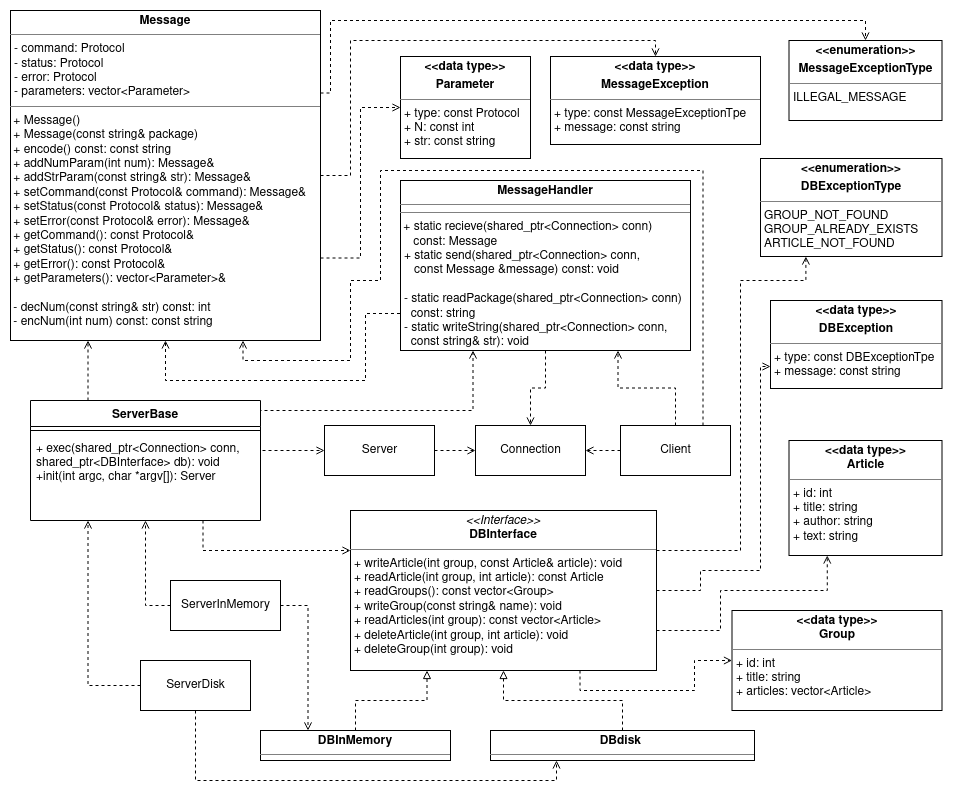
Above: mu1664al-s/UMLCPP.png in mu1664al-s/EDAF50_CPPProject (draw.io), before the change. Source tidied: cells renumbered, new cells last; positions are measured from the earlier drawing's top-left corner, leaving out a move shared by most shapes.
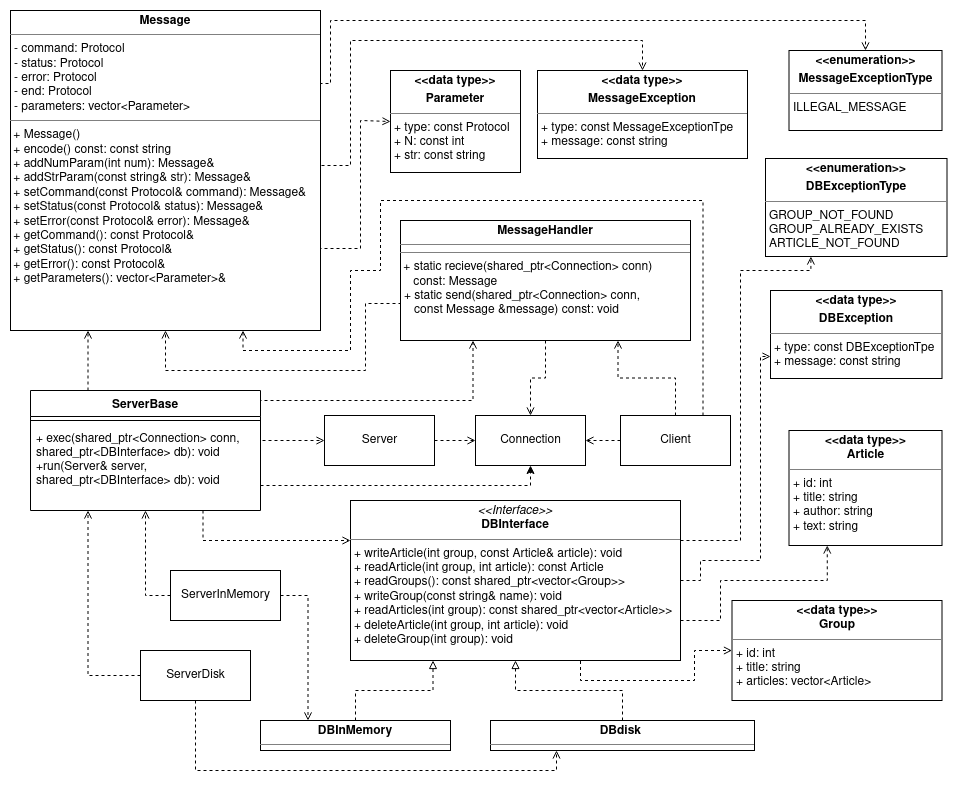
Later version of the same file.

Commit message:
updated the UML. removed private help methods

What changed in the source:
```diff
@@ -14,8 +14,8 @@
         </Array>
       </mxGeometry>
     </mxCell>
-    <mxCell id="4" value="&lt;p style=&quot;margin: 0px ; margin-top: 4px ; text-align: center&quot;&gt;&lt;b&gt;MessageHandler&lt;/b&gt;&lt;/p&gt;&lt;hr size=&quot;1&quot;&gt;&lt;hr size=&quot;1&quot;&gt;&lt;div&gt;&amp;nbsp;+ static recieve(shared_ptr&amp;lt;Connection&amp;gt; conn) &lt;br&gt;&lt;/div&gt;&lt;div&gt;&amp;nbsp;&amp;nbsp;&amp;nbsp; const: Message&lt;/div&gt;&lt;p style=&quot;margin: 0px 0px 0px 4px&quot;&gt;+ static send(shared_ptr&amp;lt;Connection&amp;gt; conn, &lt;br&gt;&lt;/p&gt;&lt;p style=&quot;margin: 0px 0px 0px 4px&quot;&gt;&amp;nbsp;&amp;nbsp; const Message &amp;amp;message) const: void &lt;/p&gt;&lt;p style=&quot;margin: 0px 0px 0px 4px&quot;&gt;&lt;br&gt;&lt;/p&gt;&lt;p style=&quot;margin: 0px 0px 0px 4px&quot;&gt;- static readPackage(shared_ptr&amp;lt;Connection&amp;gt; conn)&lt;/p&gt;&lt;p style=&quot;margin: 0px 0px 0px 4px&quot;&gt;&amp;nbsp; const: string&lt;/p&gt;&lt;p style=&quot;margin: 0px 0px 0px 4px&quot;&gt;- static writeString(shared_ptr&amp;lt;Connection&amp;gt; conn, &lt;br&gt;&lt;/p&gt;&lt;p style=&quot;margin: 0px 0px 0px 4px&quot;&gt;&amp;nbsp; const string&amp;amp; str): void&lt;br&gt;&lt;/p&gt;" style="verticalAlign=top;align=left;overflow=fill;fontSize=12;fontFamily=Helvetica;html=1;" parent="1" vertex="1">
-      <mxGeometry x="390" y="170" width="290" height="170" as="geometry" />
+    <mxCell id="4" value="&lt;p style=&quot;margin: 0px ; margin-top: 4px ; text-align: center&quot;&gt;&lt;b&gt;MessageHandler&lt;/b&gt;&lt;/p&gt;&lt;hr size=&quot;1&quot;&gt;&lt;hr size=&quot;1&quot;&gt;&lt;div&gt;&amp;nbsp;+ static recieve(shared_ptr&amp;lt;Connection&amp;gt; conn) &lt;br&gt;&lt;/div&gt;&lt;div&gt;&amp;nbsp;&amp;nbsp;&amp;nbsp; const: Message&lt;/div&gt;&lt;p style=&quot;margin: 0px 0px 0px 4px&quot;&gt;+ static send(shared_ptr&amp;lt;Connection&amp;gt; conn, &lt;br&gt;&lt;/p&gt;&lt;p style=&quot;margin: 0px 0px 0px 4px&quot;&gt;&amp;nbsp;&amp;nbsp; const Message &amp;amp;message) const: void &lt;/p&gt;" style="verticalAlign=top;align=left;overflow=fill;fontSize=12;fontFamily=Helvetica;html=1;" parent="1" vertex="1">
+      <mxGeometry x="390" y="220" width="290" height="120" as="geometry" />
     </mxCell>
     <mxCell id="5" style="edgeStyle=orthogonalEdgeStyle;rounded=0;jettySize=auto;html=1;exitX=0.75;exitY=1;exitDx=0;exitDy=0;entryX=0;entryY=0.5;entryDx=0;entryDy=0;dashed=1;startArrow=none;startFill=0;endArrow=open;endFill=0;" parent="1" edge="1" source="9" target="42">
       <mxGeometry relative="1" as="geometry">
@@ -50,12 +50,12 @@
         <Array as="points">
           <mxPoint x="730" y="540" />
           <mxPoint x="730" y="270" />
-          <mxPoint x="795" y="270" />
+          <mxPoint x="800" y="270" />
         </Array>
       </mxGeometry>
     </mxCell>
-    <mxCell id="9" value="&lt;p style=&quot;margin: 0px ; margin-top: 4px ; text-align: center&quot;&gt;&lt;i&gt;&amp;lt;&amp;lt;Interface&amp;gt;&amp;gt;&lt;/i&gt;&lt;br&gt;&lt;b&gt;&lt;b&gt;DBInterface &lt;/b&gt;&lt;/b&gt;&lt;/p&gt;&lt;hr size=&quot;1&quot;&gt;&lt;p style=&quot;margin: 0px ; margin-left: 4px&quot;&gt;&lt;/p&gt;&lt;p style=&quot;margin: 0px ; margin-left: 4px&quot;&gt;+ writeArticle(int group, const Article&amp;amp; article): void&amp;nbsp;&lt;/p&gt;&lt;p style=&quot;margin: 0px ; margin-left: 4px&quot;&gt;+ readArticle(int group, int article): const Article&amp;nbsp;&lt;/p&gt;&lt;p style=&quot;margin: 0px ; margin-left: 4px&quot;&gt;+&amp;nbsp;readGroups(): const vector&amp;lt;Group&amp;gt; &lt;br&gt;&lt;/p&gt;&lt;p style=&quot;margin: 0px ; margin-left: 4px&quot;&gt;+ writeGroup(const string&amp;amp; name): void&amp;nbsp;&lt;/p&gt;&lt;p style=&quot;margin: 0px ; margin-left: 4px&quot;&gt;+ readArticles(int group): const vector&amp;lt;Article&amp;gt; &lt;br&gt;&lt;/p&gt;&lt;p style=&quot;margin: 0px ; margin-left: 4px&quot;&gt;+&amp;nbsp;deleteArticle(int group, int article): void&amp;nbsp;&lt;/p&gt;&lt;p style=&quot;margin: 0px ; margin-left: 4px&quot;&gt;+ deleteGroup(int group): void&amp;nbsp;&lt;/p&gt;" style="verticalAlign=top;align=left;overflow=fill;fontSize=12;fontFamily=Helvetica;html=1;" parent="1" vertex="1">
-      <mxGeometry x="340" y="500" width="306" height="160" as="geometry" />
+    <mxCell id="9" value="&lt;p style=&quot;margin: 0px ; margin-top: 4px ; text-align: center&quot;&gt;&lt;i&gt;&amp;lt;&amp;lt;Interface&amp;gt;&amp;gt;&lt;/i&gt;&lt;br&gt;&lt;b&gt;&lt;b&gt;DBInterface &lt;/b&gt;&lt;/b&gt;&lt;/p&gt;&lt;hr size=&quot;1&quot;&gt;&lt;p style=&quot;margin: 0px ; margin-left: 4px&quot;&gt;&lt;/p&gt;&lt;p style=&quot;margin: 0px ; margin-left: 4px&quot;&gt;+ writeArticle(int group, const Article&amp;amp; article): void&amp;nbsp;&lt;/p&gt;&lt;p style=&quot;margin: 0px ; margin-left: 4px&quot;&gt;+ readArticle(int group, int article): const Article&amp;nbsp;&lt;/p&gt;&lt;p style=&quot;margin: 0px ; margin-left: 4px&quot;&gt;+&amp;nbsp;readGroups(): const shared_ptr&amp;lt;vector&amp;lt;Group&amp;gt;&amp;gt;&lt;br&gt;&lt;/p&gt;&lt;p style=&quot;margin: 0px ; margin-left: 4px&quot;&gt;+ writeGroup(const string&amp;amp; name): void&amp;nbsp;&lt;/p&gt;&lt;p style=&quot;margin: 0px ; margin-left: 4px&quot;&gt;+ readArticles(int group): const shared_ptr&amp;lt;vector&amp;lt;Article&amp;gt;&amp;gt; &lt;br&gt;&lt;/p&gt;&lt;p style=&quot;margin: 0px ; margin-left: 4px&quot;&gt;+&amp;nbsp;deleteArticle(int group, int article): void&amp;nbsp;&lt;/p&gt;&lt;p style=&quot;margin: 0px ; margin-left: 4px&quot;&gt;+ deleteGroup(int group): void&amp;nbsp;&lt;/p&gt;" style="verticalAlign=top;align=left;overflow=fill;fontSize=12;fontFamily=Helvetica;html=1;" parent="1" vertex="1">
+      <mxGeometry x="340" y="500" width="330" height="160" as="geometry" />
     </mxCell>
     <mxCell id="10" style="edgeStyle=orthogonalEdgeStyle;rounded=0;jettySize=auto;html=1;exitX=0.5;exitY=0;exitDx=0;exitDy=0;entryX=0.5;entryY=1;entryDx=0;entryDy=0;endArrow=block;endFill=0;dashed=1;" parent="1" edge="1" source="11" target="9">
       <mxGeometry relative="1" as="geometry" />
@@ -78,8 +78,8 @@
     <mxCell id="16" style="edgeStyle=orthogonalEdgeStyle;rounded=0;jettySize=auto;html=1;exitX=0.75;exitY=0;exitDx=0;exitDy=0;entryX=0.75;entryY=1;entryDx=0;entryDy=0;dashed=1;startArrow=none;startFill=0;endArrow=open;endFill=0;" parent="1" edge="1" source="17" target="37">
       <mxGeometry relative="1" as="geometry">
         <Array as="points">
-          <mxPoint x="693" y="160" />
-          <mxPoint x="370" y="160" />
+          <mxPoint x="693" y="200" />
+          <mxPoint x="370" y="200" />
           <mxPoint x="370" y="270" />
           <mxPoint x="340" y="270" />
           <mxPoint x="340" y="350" />
@@ -148,43 +148,46 @@
     <mxCell id="32" style="line;strokeWidth=1;fillColor=none;align=left;verticalAlign=middle;spacingTop=-1;spacingLeft=3;spacingRight=3;labelPosition=right;" parent="31" vertex="1">
       <mxGeometry y="26" width="230" height="8" as="geometry" />
     </mxCell>
-    <mxCell id="33" value="+ exec(shared_ptr&lt;Connection&gt; conn,&#10;shared_ptr&lt;DBInterface&gt; db): void&#10;+init(int argc, char *argv[]): Server&#10;&#10;" style="text;strokeColor=none;fillColor=none;align=left;verticalAlign=top;spacingLeft=4;spacingRight=4;overflow=hidden;points=[[0,0.5],[1,0.5]];portConstraint=eastwest;" parent="31" vertex="1">
+    <mxCell id="33" value="+ exec(shared_ptr&lt;Connection&gt; conn,&#10;shared_ptr&lt;DBInterface&gt; db): void&#10;+run(Server&amp; server, &#10;shared_ptr&lt;DBInterface&gt; db): void&#10;&#10;" style="text;strokeColor=none;fillColor=none;align=left;verticalAlign=top;spacingLeft=4;spacingRight=4;overflow=hidden;points=[[0,0.5],[1,0.5]];portConstraint=eastwest;" parent="31" vertex="1">
       <mxGeometry y="34" width="230" height="86" as="geometry" />
     </mxCell>
     <mxCell id="34" style="edgeStyle=orthogonalEdgeStyle;rounded=0;jettySize=auto;html=1;exitX=1;exitY=0.75;exitDx=0;exitDy=0;entryX=0;entryY=0.5;entryDx=0;entryDy=0;dashed=1;startArrow=none;startFill=0;endArrow=open;endFill=0;" parent="1" edge="1" source="37" target="38">
       <mxGeometry relative="1" as="geometry">
         <Array as="points">
+          <mxPoint x="310" y="248" />
           <mxPoint x="350" y="248" />
-          <mxPoint x="350" y="97" />
+          <mxPoint x="350" y="120" />
         </Array>
       </mxGeometry>
     </mxCell>
     <mxCell id="35" style="edgeStyle=orthogonalEdgeStyle;rounded=0;jettySize=auto;html=1;exitX=1;exitY=0.5;exitDx=0;exitDy=0;entryX=0.5;entryY=0;entryDx=0;entryDy=0;dashed=1;startArrow=none;startFill=0;endArrow=open;endFill=0;" parent="1" edge="1" source="37" target="39">
       <mxGeometry relative="1" as="geometry">
         <Array as="points">
+          <mxPoint x="310" y="165" />
           <mxPoint x="340" y="165" />
-          <mxPoint x="340" y="30" />
-          <mxPoint x="645" y="30" />
+          <mxPoint x="340" y="40" />
+          <mxPoint x="632" y="40" />
         </Array>
       </mxGeometry>
     </mxCell>
     <mxCell id="36" style="edgeStyle=orthogonalEdgeStyle;rounded=0;jettySize=auto;html=1;exitX=1;exitY=0.25;exitDx=0;exitDy=0;entryX=0.5;entryY=0;entryDx=0;entryDy=0;dashed=1;startArrow=none;startFill=0;endArrow=open;endFill=0;" parent="1" edge="1" source="37" target="43">
       <mxGeometry relative="1" as="geometry">
         <Array as="points">
+          <mxPoint x="310" y="83" />
           <mxPoint x="320" y="83" />
-          <mxPoint x="320" y="10" />
-          <mxPoint x="855" y="10" />
+          <mxPoint x="320" y="20" />
+          <mxPoint x="855" y="20" />
         </Array>
       </mxGeometry>
     </mxCell>
-    <mxCell id="37" value="&lt;p style=&quot;margin: 0px ; margin-top: 4px ; text-align: center&quot;&gt;&lt;b&gt;Message&lt;/b&gt;&lt;/p&gt;&lt;hr size=&quot;1&quot;&gt;&lt;p style=&quot;margin: 0px ; margin-left: 4px&quot;&gt;- command: Protocol&lt;/p&gt;&lt;p style=&quot;margin: 0px ; margin-left: 4px&quot;&gt;- status: Protocol&lt;/p&gt;&lt;p style=&quot;margin: 0px ; margin-left: 4px&quot;&gt;- error: Protocol&lt;/p&gt;&lt;p style=&quot;margin: 0px ; margin-left: 4px&quot;&gt;- parameters: vector&amp;lt;Parameter&amp;gt;&lt;br&gt;&lt;/p&gt;&lt;hr size=&quot;1&quot;&gt;&lt;div&gt;&amp;nbsp;+ Message()&lt;/div&gt;&lt;div&gt;&amp;nbsp;+ Message(const string&amp;amp; package)&lt;/div&gt;&lt;div&gt;&amp;nbsp;+ encode() const: const string&lt;/div&gt;&lt;div&gt;&amp;nbsp;+ addNumParam(int num): Message&amp;amp;&lt;/div&gt;&lt;div&gt;&amp;nbsp;+ addStrParam(const string&amp;amp; str): Message&amp;amp;&lt;/div&gt;&lt;div&gt;&amp;nbsp;+ setCommand(const Protocol&amp;amp; command): Message&amp;amp;&lt;/div&gt;&lt;div&gt;&amp;nbsp;+ setStatus(const Protocol&amp;amp; status): Message&amp;amp;&lt;/div&gt;&lt;div&gt;&amp;nbsp;+ setError(const Protocol&amp;amp; error): Message&amp;amp;&lt;/div&gt;&lt;div&gt;&amp;nbsp;+ getCommand(): const Protocol&amp;amp;&lt;/div&gt;&lt;div&gt;&amp;nbsp;+ getStatus(): const Protocol&amp;amp;&lt;/div&gt;&lt;div&gt;&amp;nbsp;+ getError(): const Protocol&amp;amp;&lt;/div&gt;&lt;div&gt;&amp;nbsp;+ getParameters(): vector&amp;lt;Parameter&amp;gt;&amp;amp;&lt;/div&gt;&lt;div&gt;&lt;br&gt;&lt;/div&gt;&lt;div&gt;&amp;nbsp;- decNum(const string&amp;amp; str) const: int&lt;/div&gt;&lt;div&gt;&amp;nbsp;- encNum(int num) const: const string&lt;br&gt;&lt;/div&gt;" style="verticalAlign=top;align=left;overflow=fill;fontSize=12;fontFamily=Helvetica;html=1;" parent="1" vertex="1">
-      <mxGeometry width="310" height="330" as="geometry" />
+    <mxCell id="37" value="&lt;p style=&quot;margin: 0px ; margin-top: 4px ; text-align: center&quot;&gt;&lt;b&gt;Message&lt;/b&gt;&lt;/p&gt;&lt;hr size=&quot;1&quot;&gt;&lt;p style=&quot;margin: 0px ; margin-left: 4px&quot;&gt;- command: Protocol&lt;/p&gt;&lt;p style=&quot;margin: 0px ; margin-left: 4px&quot;&gt;- status: Protocol&lt;/p&gt;&lt;p style=&quot;margin: 0px ; margin-left: 4px&quot;&gt;- error: Protocol&lt;/p&gt;&lt;p style=&quot;margin: 0px ; margin-left: 4px&quot;&gt;- end: Protocol&lt;/p&gt;&lt;p style=&quot;margin: 0px ; margin-left: 4px&quot;&gt;- parameters: vector&amp;lt;Parameter&amp;gt;&lt;br&gt;&lt;/p&gt;&lt;hr size=&quot;1&quot;&gt;&lt;div&gt;&amp;nbsp;+ Message()&lt;/div&gt;&lt;div&gt;&amp;nbsp;+ encode() const: const string&lt;/div&gt;&lt;div&gt;&amp;nbsp;+ addNumParam(int num): Message&amp;amp;&lt;/div&gt;&lt;div&gt;&amp;nbsp;+ addStrParam(const string&amp;amp; str): Message&amp;amp;&lt;/div&gt;&lt;div&gt;&amp;nbsp;+ setCommand(const Protocol&amp;amp; command): Message&amp;amp;&lt;/div&gt;&lt;div&gt;&amp;nbsp;+ setStatus(const Protocol&amp;amp; status): Message&amp;amp;&lt;/div&gt;&lt;div&gt;&amp;nbsp;+ setError(const Protocol&amp;amp; error): Message&amp;amp;&lt;/div&gt;&lt;div&gt;&amp;nbsp;+ getCommand(): const Protocol&amp;amp;&lt;/div&gt;&lt;div&gt;&amp;nbsp;+ getStatus(): const Protocol&amp;amp;&lt;/div&gt;&lt;div&gt;&amp;nbsp;+ getError(): const Protocol&amp;amp;&lt;/div&gt;&lt;div&gt;&amp;nbsp;+ getParameters(): vector&amp;lt;Parameter&amp;gt;&amp;amp;&lt;/div&gt;" style="verticalAlign=top;align=left;overflow=fill;fontSize=12;fontFamily=Helvetica;html=1;" parent="1" vertex="1">
+      <mxGeometry y="10" width="310" height="320" as="geometry" />
     </mxCell>
     <mxCell id="38" value="&lt;p style=&quot;margin: 0px ; margin-top: 4px ; text-align: center&quot;&gt;&lt;b&gt;&amp;lt;&amp;lt;data type&amp;gt;&amp;gt;&lt;br&gt;&lt;/b&gt;&lt;/p&gt;&lt;p style=&quot;margin: 0px ; margin-top: 4px ; text-align: center&quot;&gt;&lt;b&gt;Parameter&lt;/b&gt;&lt;/p&gt;&lt;hr size=&quot;1&quot;&gt;&lt;p style=&quot;margin: 0px ; margin-left: 4px&quot;&gt;+ type: const Protocol&lt;/p&gt;&lt;p style=&quot;margin: 0px ; margin-left: 4px&quot;&gt;+ N: const int&lt;/p&gt;&lt;p style=&quot;margin: 0px ; margin-left: 4px&quot;&gt;+ str: const string&lt;br&gt;&lt;/p&gt;&lt;p style=&quot;margin: 0px ; margin-left: 4px&quot;&gt;&lt;br&gt;&lt;/p&gt;&lt;hr size=&quot;1&quot;&gt;" style="verticalAlign=top;align=left;overflow=fill;fontSize=12;fontFamily=Helvetica;html=1;" parent="1" vertex="1">
-      <mxGeometry x="390" y="46" width="130" height="102" as="geometry" />
+      <mxGeometry x="380" y="70" width="130" height="102" as="geometry" />
     </mxCell>
     <mxCell id="39" value="&lt;p style=&quot;margin: 0px ; margin-top: 4px ; text-align: center&quot;&gt;&lt;b&gt;&amp;lt;&amp;lt;data type&amp;gt;&amp;gt;&lt;br&gt;&lt;/b&gt;&lt;/p&gt;&lt;p style=&quot;margin: 0px ; margin-top: 4px ; text-align: center&quot;&gt;&lt;b&gt;MessageException&lt;/b&gt;&lt;/p&gt;&lt;hr size=&quot;1&quot;&gt;&lt;p style=&quot;margin: 0px ; margin-left: 4px&quot;&gt;+ type: const MessageExceptionTpe&lt;/p&gt;&lt;p style=&quot;margin: 0px ; margin-left: 4px&quot;&gt;+ message: const string&lt;br&gt;&lt;/p&gt;&lt;p style=&quot;margin: 0px ; margin-left: 4px&quot;&gt;&lt;br&gt;&lt;/p&gt;&lt;hr size=&quot;1&quot;&gt;" style="verticalAlign=top;align=left;overflow=fill;fontSize=12;fontFamily=Helvetica;html=1;" parent="1" vertex="1">
-      <mxGeometry x="540" y="46" width="210" height="88" as="geometry" />
+      <mxGeometry x="527" y="70" width="210" height="88" as="geometry" />
     </mxCell>
     <mxCell id="40" value="&lt;p style=&quot;margin: 0px ; margin-top: 4px ; text-align: center&quot;&gt;&lt;b&gt;&amp;lt;&amp;lt;data type&amp;gt;&amp;gt;&lt;br&gt;&lt;/b&gt;&lt;/p&gt;&lt;p style=&quot;margin: 0px ; margin-top: 4px ; text-align: center&quot;&gt;&lt;b&gt;DBException&lt;/b&gt;&lt;br&gt;&lt;/p&gt;&lt;hr size=&quot;1&quot;&gt;&lt;p style=&quot;margin: 0px ; margin-left: 4px&quot;&gt;+ type: const DBExceptionTpe&lt;/p&gt;&lt;p style=&quot;margin: 0px ; margin-left: 4px&quot;&gt;+ message: const string&lt;br&gt;&lt;/p&gt;&lt;p style=&quot;margin: 0px ; margin-left: 4px&quot;&gt;&lt;br&gt;&lt;/p&gt;&lt;hr size=&quot;1&quot;&gt;" style="verticalAlign=top;align=left;overflow=fill;fontSize=12;fontFamily=Helvetica;html=1;" parent="1" vertex="1">
       <mxGeometry x="760" y="290" width="171.5" height="88" as="geometry" />
@@ -196,10 +199,18 @@
       <mxGeometry x="721.5" y="600" width="210" height="100" as="geometry" />
     </mxCell>
     <mxCell id="43" value="&lt;p style=&quot;margin: 0px ; margin-top: 4px ; text-align: center&quot;&gt;&lt;b&gt;&amp;lt;&amp;lt;enumeration&amp;gt;&amp;gt;&lt;br&gt;&lt;/b&gt;&lt;/p&gt;&lt;p style=&quot;margin: 0px ; margin-top: 4px ; text-align: center&quot;&gt;&lt;b&gt;MessageExceptionType&lt;/b&gt;&lt;br&gt;&lt;/p&gt;&lt;hr size=&quot;1&quot;&gt;&lt;p style=&quot;margin: 0px ; margin-left: 4px&quot;&gt;ILLEGAL_MESSAGE&lt;br&gt;&lt;/p&gt;&lt;p style=&quot;margin: 0px ; margin-left: 4px&quot;&gt;&lt;br&gt;&lt;/p&gt;&lt;p style=&quot;margin: 0px ; margin-left: 4px&quot;&gt;&lt;br&gt;&lt;/p&gt;&lt;hr size=&quot;1&quot;&gt;" style="verticalAlign=top;align=left;overflow=fill;fontSize=12;fontFamily=Helvetica;html=1;" parent="1" vertex="1">
-      <mxGeometry x="778.5" y="30" width="153" height="80" as="geometry" />
+      <mxGeometry x="778.5" y="50" width="153" height="80" as="geometry" />
     </mxCell>
     <mxCell id="44" value="&lt;p style=&quot;margin: 0px ; margin-top: 4px ; text-align: center&quot;&gt;&lt;b&gt;&amp;lt;&amp;lt;enumeration&amp;gt;&amp;gt;&lt;br&gt;&lt;/b&gt;&lt;/p&gt;&lt;p style=&quot;margin: 0px ; margin-top: 4px ; text-align: center&quot;&gt;&lt;b&gt;DBExceptionType&lt;/b&gt;&lt;br&gt;&lt;/p&gt;&lt;hr size=&quot;1&quot;&gt;&lt;p style=&quot;margin: 0px ; margin-left: 4px&quot;&gt;GROUP_NOT_FOUND&lt;/p&gt;&lt;p style=&quot;margin: 0px ; margin-left: 4px&quot;&gt;GROUP_ALREADY_EXISTS&lt;/p&gt;&lt;p style=&quot;margin: 0px ; margin-left: 4px&quot;&gt;ARTICLE_NOT_FOUND&lt;br&gt;&lt;/p&gt;&lt;p style=&quot;margin: 0px ; margin-left: 4px&quot;&gt;&lt;br&gt;&lt;/p&gt;&lt;p style=&quot;margin: 0px ; margin-left: 4px&quot;&gt;&lt;br&gt;&lt;/p&gt;&lt;hr size=&quot;1&quot;&gt;" style="verticalAlign=top;align=left;overflow=fill;fontSize=12;fontFamily=Helvetica;html=1;" parent="1" vertex="1">
-      <mxGeometry x="750" y="148" width="181.5" height="98" as="geometry" />
+      <mxGeometry x="755" y="158" width="181.5" height="98" as="geometry" />
     </mxCell>
+    <mxCell id="45" style="edgeStyle=orthogonalEdgeStyle;rounded=0;jettySize=auto;html=1;exitX=1;exitY=0.5;exitDx=0;exitDy=0;entryX=0.5;entryY=1;entryDx=0;entryDy=0;dashed=1;" parent="1" edge="1" source="33" target="26">
+      <mxGeometry relative="1" as="geometry">
+        <Array as="points">
+          <mxPoint x="250" y="485" />
+          <mxPoint x="520" y="485" />
+        </Array>
+      </mxGeometry>
+    </mxCell>
   </root>
 </mxGraphModel>
```
